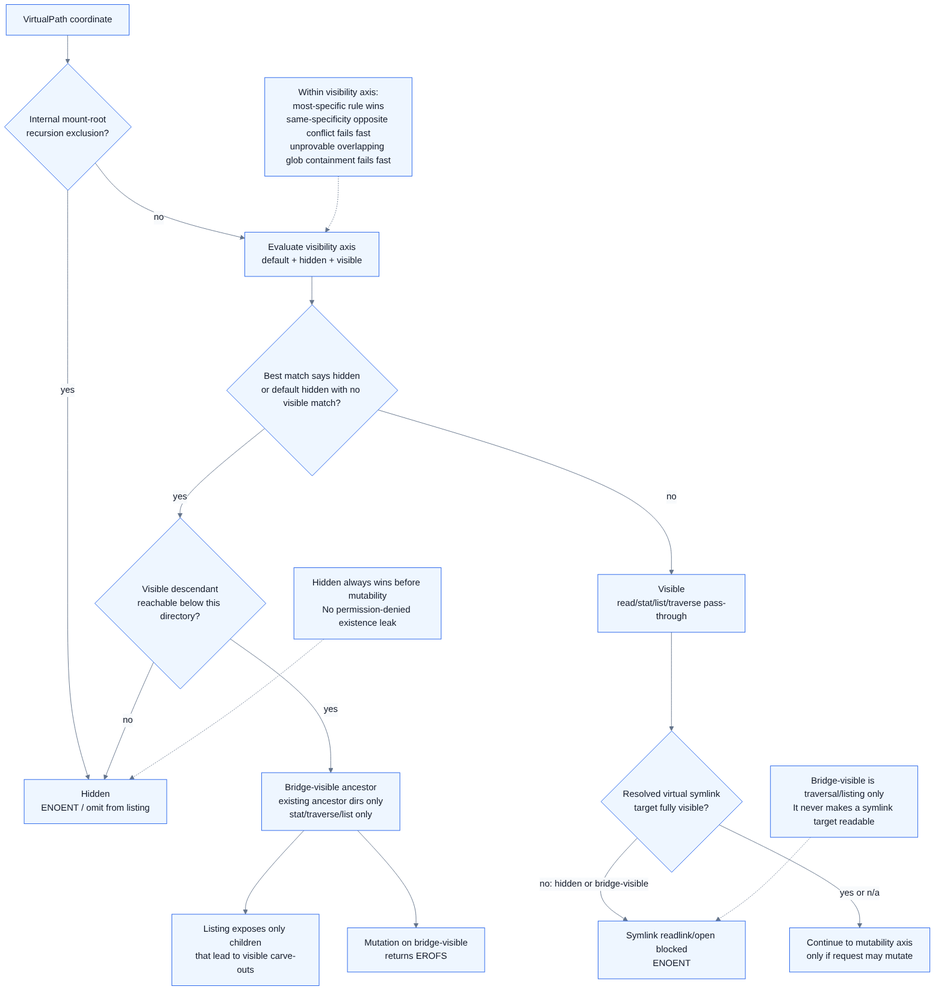
Before: docs/diagrams/visibility-axis.png, a diagram exported from Mermaid (spi-ca/screenfs). Its source is kept beside it as docs/diagrams/visibility-axis.mmd. The source it was exported from:
```mermaid
flowchart TD
    input["VirtualPath coordinate"] --> internal{"Internal mount-root\nrecursion exclusion?"}
    internal -- yes --> hidden["Hidden\nENOENT / omit from listing"]
    internal -- no --> rules["Evaluate visibility axis\ndefault + hidden + visible"]

    rules --> hiddenRule{"Best match says hidden\nor default hidden with no visible match?"}
    hiddenRule -- yes --> carve{"Visible descendant\nreachable below this directory?"}
    hiddenRule -- no --> visible["Visible\nread/stat/list/traverse pass-through"]

    carve -- no --> hidden
    carve -- yes --> bridge["Bridge-visible ancestor\nexisting ancestor dirs only\nstat/traverse/list only"]

    bridge --> bridgeList["Listing exposes only children\nthat lead to visible carve-outs"]
    bridge --> bridgeWrite["Mutation on bridge-visible\nreturns EROFS"]

    visible --> symlink{"Resolved virtual symlink\ntarget fully visible?"}
    symlink -- no: hidden or bridge-visible --> targetBlocked["Symlink readlink/open blocked\nENOENT"]
    symlink -- yes or n/a --> mutability["Continue to mutability axis\nonly if request may mutate"]

    hiddenNote["Hidden always wins before mutability\nNo permission-denied existence leak"] -.-> hidden
    symlinkNote["Bridge-visible is traversal/listing only\nIt never makes a symlink target readable"] -.-> targetBlocked
    specificity["Within visibility axis:\nmost-specific rule wins\nsame-specificity opposite conflict fails fast\nunprovable overlapping glob containment fails fast"] -.-> rules
```
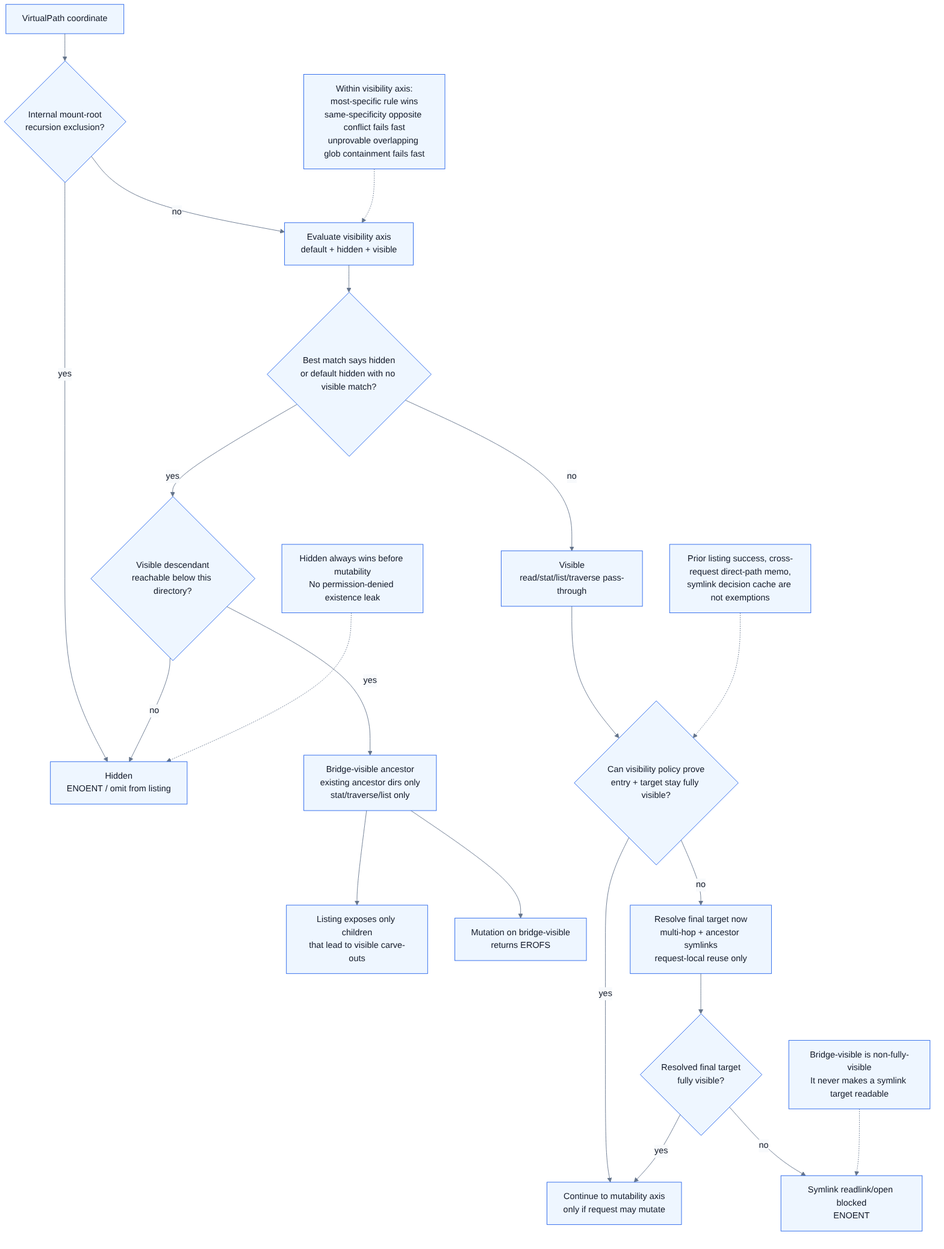
Above is the later version.

Diff of the diagram source:
```diff
@@ -13,10 +13,14 @@
     bridge --> bridgeList["Listing exposes only children\nthat lead to visible carve-outs"]
     bridge --> bridgeWrite["Mutation on bridge-visible\nreturns EROFS"]
 
-    visible --> symlink{"Resolved virtual symlink\ntarget fully visible?"}
-    symlink -- no: hidden or bridge-visible --> targetBlocked["Symlink readlink/open blocked\nENOENT"]
-    symlink -- yes or n/a --> mutability["Continue to mutability axis\nonly if request may mutate"]
+    visible --> visFast{"Can visibility policy prove\nentry + target stay fully visible?"}
+    visFast -- yes --> mutability["Continue to mutability axis\nonly if request may mutate"]
+    visFast -- no --> targetCheck["Resolve final target now\nmulti-hop + ancestor symlinks\nrequest-local reuse only"]
+    targetCheck --> targetVisible{"Resolved final target\nfully visible?"}
+    targetVisible -- no --> targetBlocked["Symlink readlink/open blocked\nENOENT"]
+    targetVisible -- yes --> mutability
 
     hiddenNote["Hidden always wins before mutability\nNo permission-denied existence leak"] -.-> hidden
-    symlinkNote["Bridge-visible is traversal/listing only\nIt never makes a symlink target readable"] -.-> targetBlocked
+    bridgeNote["Bridge-visible is non-fully-visible\nIt never makes a symlink target readable"] -.-> targetBlocked
+    cacheNote["Prior listing success, cross-request direct-path memo,\nsymlink decision cache are not exemptions"] -.-> visFast
     specificity["Within visibility axis:\nmost-specific rule wins\nsame-specificity opposite conflict fails fast\nunprovable overlapping glob containment fails fast"] -.-> rules
```
